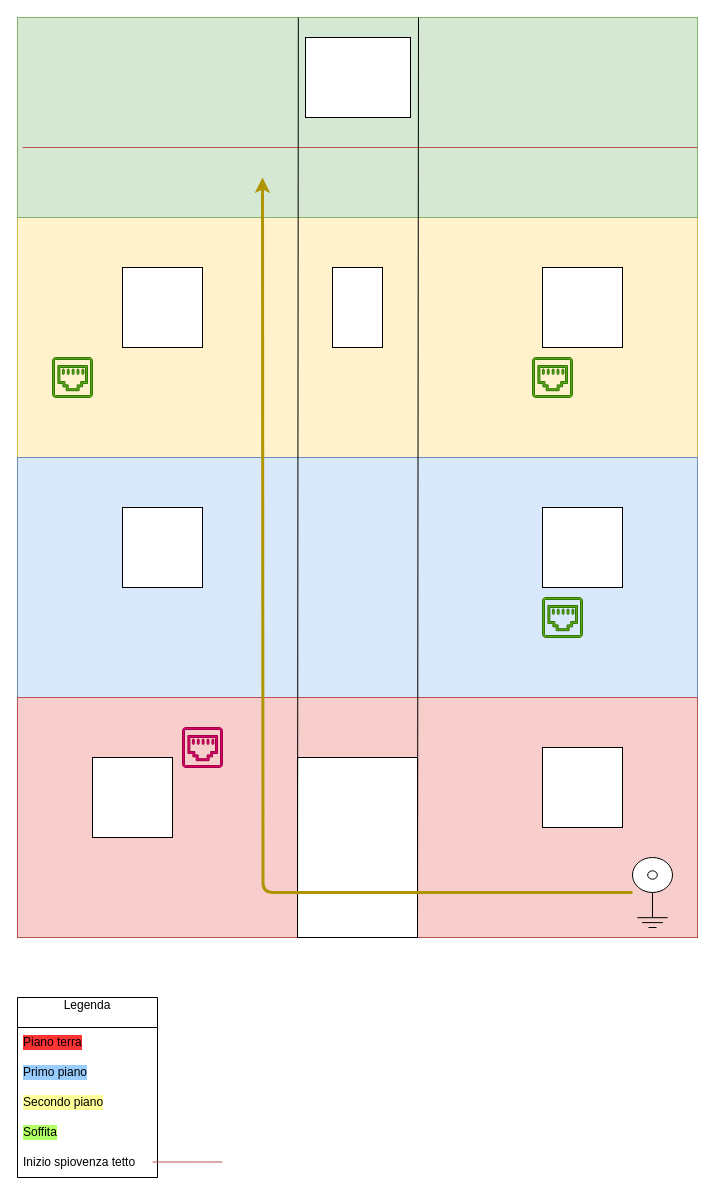
Before: present-electric-setup.drawio in Vik1977/Projects-Documentation, a draw.io diagram. Source tidied: cells renumbered, new cells numbered last; positions are measured from the earlier drawing's top-left corner, leaving out a move shared by most shapes. Both pictures are drawn from the tidied source at 100%, with x=0, y=0 at pixel (17, 17).
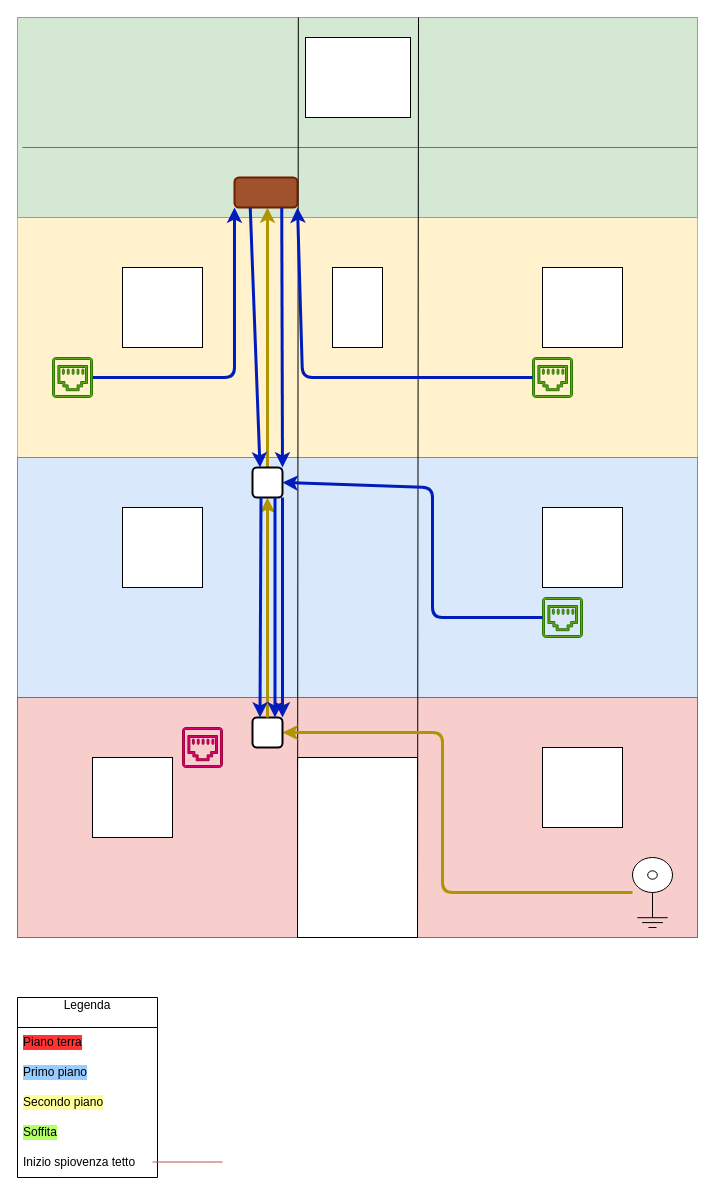
Above is the later version.

Unchanged cells that the change refers to:
```xml
<mxCell id="25" style="sketch=0;shadow=0;dashed=0;html=1;strokeColor=#2D7600;fillColor=#60a917;labelPosition=center;verticalLabelPosition=bottom;verticalAlign=top;align=center;outlineConnect=0;shape=mxgraph.vvd.ethernet_port;fontColor=#ffffff;" parent="1" vertex="1">
  <mxGeometry x="525" y="580" width="40" height="40" as="geometry" />
</mxCell>
<mxCell id="26" style="sketch=0;shadow=0;dashed=0;html=1;strokeColor=#2D7600;fillColor=#60a917;labelPosition=center;verticalLabelPosition=bottom;verticalAlign=top;align=center;outlineConnect=0;shape=mxgraph.vvd.ethernet_port;fontColor=#ffffff;" parent="1" vertex="1">
  <mxGeometry x="515" y="340" width="40" height="40" as="geometry" />
</mxCell>
<mxCell id="27" style="sketch=0;shadow=0;dashed=0;html=1;strokeColor=#2D7600;fillColor=#60a917;labelPosition=center;verticalLabelPosition=bottom;verticalAlign=top;align=center;outlineConnect=0;shape=mxgraph.vvd.ethernet_port;fontColor=#ffffff;" parent="1" vertex="1">
  <mxGeometry x="35" y="340" width="40" height="40" as="geometry" />
</mxCell>
<mxCell id="30" style="verticalLabelPosition=bottom;shadow=0;dashed=0;align=center;html=1;verticalAlign=top;shape=mxgraph.electrical.miscellaneous.coaxial_jack_plug;" parent="1" vertex="1">
  <mxGeometry x="615" y="840" width="40" height="70" as="geometry" />
</mxCell>
```

Change to the diagram source:
```diff
@@
-    <mxCell id="24" style="sketch=0;shadow=0;dashed=0;html=1;strokeColor=#A50040;fillColor=#d80073;labelPosition=center;verticalLabelPosition=bottom;verticalAlign=top;align=center;shape=mxgraph.vvd.ethernet_port;fontColor=#ffffff;" parent="1" vertex="1">
+    <mxCell id="24" style="sketch=0;shadow=0;dashed=0;html=1;strokeColor=#A50040;fillColor=#d80073;labelPosition=center;verticalLabelPosition=bottom;verticalAlign=top;align=center;shape=mxgraph.vvd.ethernet_port;fontColor=#ffffff;direction=east;" parent="1" vertex="1">
       <mxGeometry x="165" y="710" width="40" height="40" as="geometry" />
     </mxCell>
@@
+    <mxCell id="31" style="edgeStyle=orthogonalEdgeStyle;rounded=1;jettySize=auto;html=1;entryX=0;entryY=1;entryDx=0;entryDy=0;strokeWidth=3;fillColor=#0050ef;strokeColor=#001DBC;curved=0;" parent="1" edge="1" source="27" target="36">
+      <mxGeometry relative="1" as="geometry" />
+    </mxCell>
@@
-    <mxCell id="29" style="edgeStyle=orthogonalEdgeStyle;rounded=1;jettySize=auto;html=1;strokeColor=#B09500;curved=0;strokeWidth=3;fillColor=#e3c800;" parent="1" edge="1" source="30">
+    <mxCell id="29" style="edgeStyle=orthogonalEdgeStyle;rounded=1;jettySize=auto;html=1;strokeColor=#B09500;curved=0;strokeWidth=3;fillColor=#e3c800;" parent="1" edge="1" source="35">
       <mxGeometry relative="1" as="geometry">
-        <mxPoint x="245" y="160" as="targetPoint" />
+        <mxPoint x="250" y="190" as="targetPoint" />
       </mxGeometry>
     </mxCell>
@@
+    <mxCell id="32" style="edgeStyle=orthogonalEdgeStyle;rounded=1;jettySize=auto;html=1;strokeColor=#B09500;curved=0;strokeWidth=3;fillColor=#e3c800;" parent="1" edge="1" source="30" target="33">
+      <mxGeometry relative="1" as="geometry">
+        <Array as="points">
+          <mxPoint x="425" y="875" />
+          <mxPoint x="425" y="715" />
+        </Array>
+      </mxGeometry>
+    </mxCell>
+    <mxCell id="33" style="whiteSpace=wrap;html=1;rounded=1;glass=0;strokeWidth=2;" parent="1" vertex="1">
+      <mxGeometry x="235" y="700" width="30" height="30" as="geometry" />
+    </mxCell>
+    <mxCell id="34" style="edgeStyle=orthogonalEdgeStyle;rounded=1;jettySize=auto;html=1;strokeColor=#B09500;curved=0;strokeWidth=3;fillColor=#e3c800;" parent="1" edge="1" source="33" target="35">
+      <mxGeometry relative="1" as="geometry" />
+    </mxCell>
+    <mxCell id="35" style="whiteSpace=wrap;html=1;rounded=1;glass=0;strokeWidth=2;" parent="1" vertex="1">
+      <mxGeometry x="235" y="450" width="30" height="30" as="geometry" />
+    </mxCell>
+    <mxCell id="36" style="rounded=1;whiteSpace=wrap;html=1;strokeWidth=2;fillColor=#a0522d;fontColor=#ffffff;strokeColor=#6D1F00;" parent="1" vertex="1">
+      <mxGeometry x="217" y="160" width="63" height="30" as="geometry" />
+    </mxCell>
+    <mxCell id="37" style="endArrow=classic;html=1;rounded=1;exitX=0.25;exitY=1;exitDx=0;exitDy=0;entryX=0.25;entryY=0;entryDx=0;entryDy=0;fillColor=#0050ef;strokeColor=#001DBC;strokeWidth=3;curved=0;" parent="1" edge="1" source="36" target="35">
+      <mxGeometry relative="1" as="geometry" />
+    </mxCell>
+    <mxCell id="38" style="endArrow=classic;html=1;rounded=1;exitX=0.25;exitY=1;exitDx=0;exitDy=0;entryX=0.25;entryY=0;entryDx=0;entryDy=0;fillColor=#0050ef;strokeColor=#001DBC;strokeWidth=3;curved=0;" parent="1" edge="1" target="33">
+      <mxGeometry relative="1" as="geometry">
+        <mxPoint x="243.5" y="480" as="sourcePoint" />
+      </mxGeometry>
+    </mxCell>
+    <mxCell id="39" style="endArrow=classic;html=1;rounded=1;entryX=1;entryY=1;entryDx=0;entryDy=0;fillColor=#0050ef;strokeColor=#001DBC;strokeWidth=3;curved=0;" parent="1" edge="1" source="26" target="36">
+      <mxGeometry relative="1" as="geometry">
+        <Array as="points">
+          <mxPoint x="285" y="360" />
+        </Array>
+      </mxGeometry>
+    </mxCell>
+    <mxCell id="40" style="endArrow=classic;html=1;rounded=1;exitX=0.75;exitY=1;exitDx=0;exitDy=0;entryX=1;entryY=0;entryDx=0;entryDy=0;fillColor=#0050ef;strokeColor=#001DBC;strokeWidth=3;curved=0;" parent="1" edge="1" source="36" target="35">
+      <mxGeometry relative="1" as="geometry" />
+    </mxCell>
+    <mxCell id="41" style="endArrow=classic;html=1;rounded=1;exitX=1;exitY=1;exitDx=0;exitDy=0;entryX=1;entryY=0;entryDx=0;entryDy=0;fillColor=#0050ef;strokeColor=#001DBC;strokeWidth=3;curved=0;" parent="1" edge="1" source="35" target="33">
+      <mxGeometry relative="1" as="geometry" />
+    </mxCell>
+    <mxCell id="42" style="endArrow=classic;html=1;rounded=1;entryX=1;entryY=0.5;entryDx=0;entryDy=0;fillColor=#0050ef;strokeColor=#001DBC;strokeWidth=3;curved=0;" parent="1" edge="1" source="25" target="35">
+      <mxGeometry relative="1" as="geometry">
+        <Array as="points">
+          <mxPoint x="415" y="600" />
+          <mxPoint x="415" y="470" />
+        </Array>
+      </mxGeometry>
+    </mxCell>
+    <mxCell id="43" style="endArrow=classic;html=1;rounded=1;exitX=0.75;exitY=1;exitDx=0;exitDy=0;entryX=0.75;entryY=0;entryDx=0;entryDy=0;fillColor=#0050ef;strokeColor=#001DBC;strokeWidth=3;curved=0;" parent="1" edge="1" source="35" target="33">
+      <mxGeometry relative="1" as="geometry" />
+    </mxCell>
```
